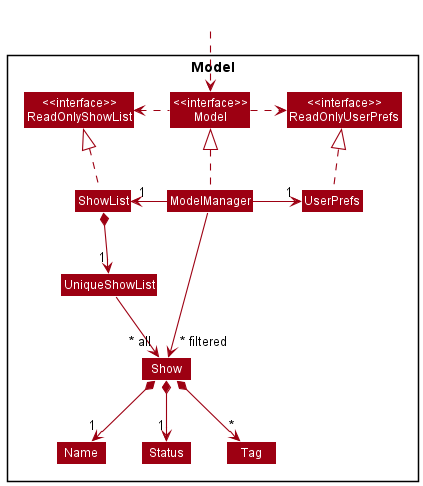
Before: docs/images/ModelClassDiagram.png, a diagram exported from PlantUML (nus-cs2103-AY2122S2/tp).
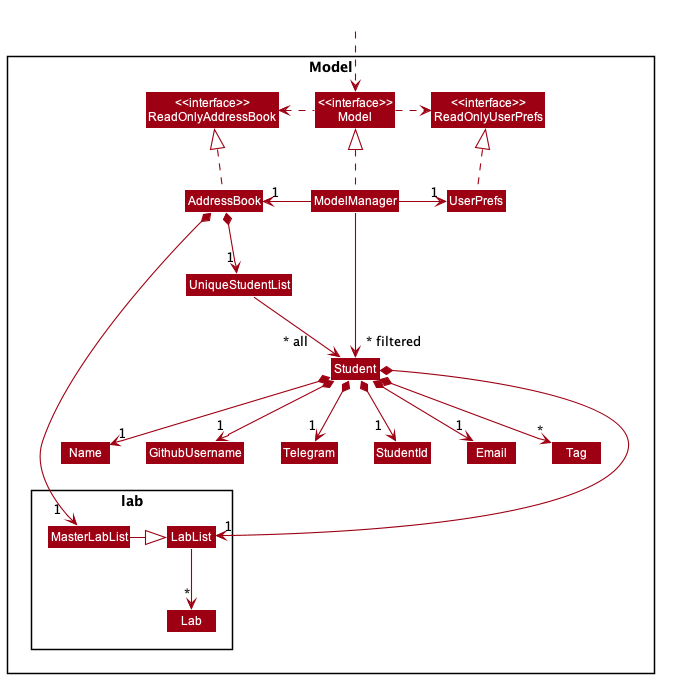
After the change.

What changed in the source:
```diff
@@ -5,41 +5,60 @@
 skinparam classBackgroundColor MODEL_COLOR
 
 Package Model <<Rectangle>>{
-Class "<<interface>>\nReadOnlyShowList" as ReadOnlyShowList
+Class "<<interface>>\nReadOnlyAddressBook" as ReadOnlyAddressBook
 Class "<<interface>>\nReadOnlyUserPrefs" as ReadOnlyUserPrefs
 Class "<<interface>>\nModel" as Model
-Class ShowList
+Class AddressBook
 Class ModelManager
 Class UserPrefs
 
-Class UniqueShowList
-Class Show
-Class Status
+Class UniqueStudentList
+Class Student
+Class Telegram
+Class Email
 Class Name
+Class GithubUsername
+Class StudentId
 Class Tag
-
+Package lab {
+    Class LabList
+    Class MasterLabList
+    Class Lab
+    }
 }
 
 Class HiddenOutside #FFFFFF
 HiddenOutside ..> Model
 
-ShowList .up.|> ReadOnlyShowList
+AddressBook .up.|> ReadOnlyAddressBook
 
 ModelManager .up.|> Model
 Model .right.> ReadOnlyUserPrefs
-Model .left.> ReadOnlyShowList
-ModelManager -left-> "1" ShowList
+Model .left.> ReadOnlyAddressBook
+ModelManager -left-> "1" AddressBook
 ModelManager -right-> "1" UserPrefs
 UserPrefs .up.|> ReadOnlyUserPrefs
 
-ShowList *--> "1" UniqueShowList
-UniqueShowList --> "~* all" Show
-Show *--> "1" Name
-Show *--> "1" Status
-Show *--> "*" Tag
+AddressBook *--> "1" UniqueStudentList
+UniqueStudentList --> "~* all    " Student
+Student *--> "1" Name
+Student *--> "1" GithubUsername
+Student *--> "1" Email
+Student *--> "1" Telegram
+Student *--> "1  " StudentId
+Student *--> "*" Tag
+Student *-down--> "1" LabList
 
-Name -[hidden]right-> Status
-Status -[hidden]right->  Tag
 
-ModelManager -->"~* filtered" Show
+LabList -down-> "~*" Lab
+
+MasterLabList -left-|> LabList
+AddressBook *--> "1  " MasterLabList
+
+Name -[hidden]right-> GithubUsername
+Name -[hidden]down-> MasterLabList
+GithubUsername -[hidden]right-> Telegram
+Telegram -[hidden]right-> StudentId
+
+ModelManager --> "~* filtered" Student
 @enduml
```
